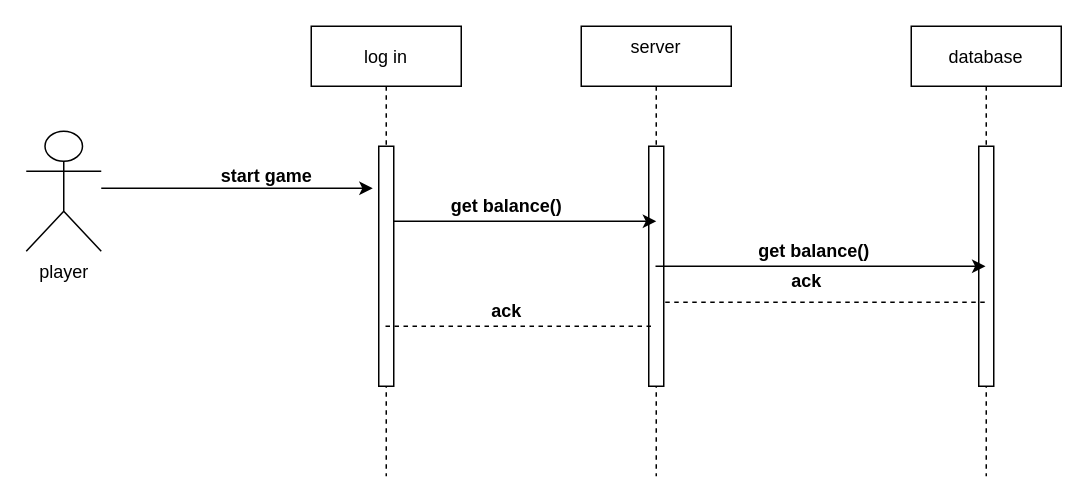
Earlier version of the draw.io diagram Untitled Diagram.drawio (Marshood/BlackJack). Source tidied: cells renumbered, new cells numbered last; positions are measured from the earlier drawing's top-left corner, leaving out a move shared by most shapes. Both pictures are drawn from the tidied source at 150%, with x=0, y=0 at pixel (26, 26).
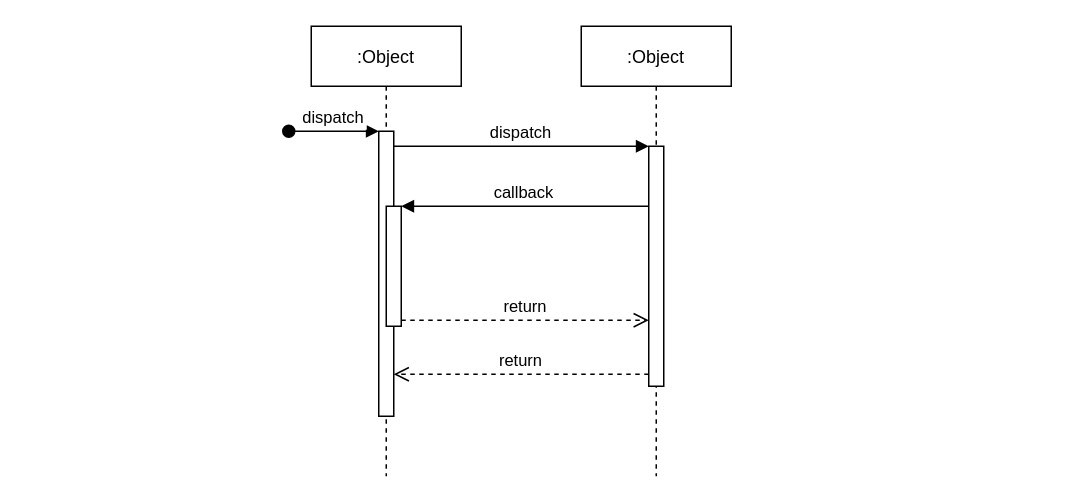
After the change.

The change refers to these unchanged cells:
```xml
<mxCell id="3" style="points=[];perimeter=orthogonalPerimeter;rounded=0;shadow=0;strokeWidth=1;" parent="2" vertex="1">
  <mxGeometry x="45" y="80" width="10" height="160" as="geometry" />
</mxCell>
```

The edit, as a diff of the source:
```diff
@@
+    <mxCell id="19" value=":Object" style="shape=umlLifeline;perimeter=lifelinePerimeter;rounded=0;shadow=0;strokeWidth=1;" parent="1" vertex="1">
+      <mxGeometry x="190" width="100" height="300" as="geometry" />
+    </mxCell>
+    <mxCell id="20" style="points=[];perimeter=orthogonalPerimeter;rounded=0;shadow=0;strokeWidth=1;" parent="19" vertex="1">
+      <mxGeometry x="45" y="70" width="10" height="190" as="geometry" />
+    </mxCell>
+    <mxCell id="21" value="dispatch" style="verticalAlign=bottom;startArrow=oval;endArrow=block;startSize=8;shadow=0;strokeWidth=1;" parent="19" edge="1" target="20">
+      <mxGeometry relative="1" as="geometry">
+        <mxPoint x="-15" y="70" as="sourcePoint" />
+      </mxGeometry>
+    </mxCell>
+    <mxCell id="22" style="points=[];perimeter=orthogonalPerimeter;rounded=0;shadow=0;strokeWidth=1;" parent="19" vertex="1">
+      <mxGeometry x="50" y="120" width="10" height="80" as="geometry" />
+    </mxCell>
-    <mxCell id="2" value="server&#10;" style="shape=umlLifeline;perimeter=lifelinePerimeter;rounded=0;shadow=0;strokeWidth=1;" parent="1" vertex="1">
+    <mxCell id="2" value=":Object" style="shape=umlLifeline;perimeter=lifelinePerimeter;rounded=0;shadow=0;strokeWidth=1;" parent="1" vertex="1">
       <mxGeometry x="370" width="100" height="300" as="geometry" />
     </mxCell>
@@
-    <mxCell id="4" style="endArrow=classic;html=1;" parent="2" edge="1" source="14">
-      <mxGeometry relative="1" as="geometry">
-        <mxPoint x="50" y="130" as="targetPoint" />
-      </mxGeometry>
-    </mxCell>
-    <mxCell id="5" value="database" style="shape=umlLifeline;perimeter=lifelinePerimeter;rounded=0;shadow=0;strokeWidth=1;" parent="1" vertex="1">
-      <mxGeometry x="590" width="100" height="300" as="geometry" />
-    </mxCell>
-    <mxCell id="6" style="perimeter=orthogonalPerimeter;rounded=0;shadow=0;strokeWidth=1;" parent="5" vertex="1">
-      <mxGeometry x="45" y="80" width="10" height="160" as="geometry" />
-    </mxCell>
-    <mxCell id="7" value="player" style="shape=umlActor;verticalLabelPosition=bottom;verticalAlign=top;html=1;" parent="1" vertex="1">
-      <mxGeometry y="70" width="50" height="80" as="geometry" />
-    </mxCell>
-    <mxCell id="8" style="endArrow=classic;html=1;entryX=-0.4;entryY=0.175;entryDx=0;entryDy=0;entryPerimeter=0;" parent="1" edge="1" target="15">
-      <mxGeometry relative="1" as="geometry">
-        <mxPoint x="50" y="108" as="sourcePoint" />
-      </mxGeometry>
-    </mxCell>
-    <mxCell id="9" style="endArrow=classic;html=1;" parent="1" edge="1" source="2" target="5">
-      <mxGeometry relative="1" as="geometry">
-        <Array as="points">
-          <mxPoint x="530" y="160" />
-        </Array>
-      </mxGeometry>
-    </mxCell>
-    <mxCell id="10" value="&lt;b&gt;start game&lt;/b&gt;" style="text;html=1;align=center;verticalAlign=middle;" parent="1" vertex="1">
-      <mxGeometry x="120" y="90" width="80" height="20" as="geometry" />
-    </mxCell>
-    <mxCell id="11" style="endArrow=none;dashed=1;html=1;exitX=1.1;exitY=0.65;exitDx=0;exitDy=0;exitPerimeter=0;" parent="1" edge="1" source="3" target="5">
-      <mxGeometry relative="1" as="geometry" />
-    </mxCell>
-    <mxCell id="12" value="&lt;b&gt;ack&lt;/b&gt;" style="text;html=1;align=center;verticalAlign=middle;" parent="1" vertex="1">
-      <mxGeometry x="500" y="160" width="40" height="20" as="geometry" />
-    </mxCell>
-    <mxCell id="13" value="&lt;b&gt;get balance()&lt;/b&gt;" style="text;html=1;align=center;verticalAlign=middle;" parent="1" vertex="1">
-      <mxGeometry x="480" y="140" width="90" height="20" as="geometry" />
-    </mxCell>
-    <mxCell id="14" value="log in" style="shape=umlLifeline;perimeter=lifelinePerimeter;rounded=0;shadow=0;strokeWidth=1;" parent="1" vertex="1">
-      <mxGeometry x="190" width="100" height="300" as="geometry" />
-    </mxCell>
-    <mxCell id="15" style="points=[];perimeter=orthogonalPerimeter;rounded=0;shadow=0;strokeWidth=1;" parent="14" vertex="1">
-      <mxGeometry x="45" y="80" width="10" height="160" as="geometry" />
-    </mxCell>
-    <mxCell id="16" value="&lt;b&gt;get balance()&lt;/b&gt;" style="text;html=1;align=center;verticalAlign=middle;" parent="1" vertex="1">
-      <mxGeometry x="275" y="110" width="90" height="20" as="geometry" />
-    </mxCell>
-    <mxCell id="17" style="endArrow=none;dashed=1;html=1;" parent="1" edge="1" source="14" target="2">
-      <mxGeometry relative="1" as="geometry">
-        <Array as="points">
-          <mxPoint x="330" y="200" />
-        </Array>
-      </mxGeometry>
-    </mxCell>
-    <mxCell id="18" value="&lt;b&gt;ack&lt;/b&gt;" style="text;html=1;align=center;verticalAlign=middle;" parent="1" vertex="1">
-      <mxGeometry x="300" y="180" width="40" height="20" as="geometry" />
-    </mxCell>
+    <mxCell id="23" value="return" style="verticalAlign=bottom;endArrow=open;dashed=1;endSize=8;exitX=0;exitY=0.95;shadow=0;strokeWidth=1;" parent="1" edge="1" source="3" target="20">
+      <mxGeometry relative="1" as="geometry" />
+    </mxCell>
+    <mxCell id="24" value="dispatch" style="verticalAlign=bottom;endArrow=block;entryX=0;entryY=0;shadow=0;strokeWidth=1;" parent="1" edge="1" source="20" target="3">
+      <mxGeometry relative="1" as="geometry" />
+    </mxCell>
+    <mxCell id="25" value="callback" style="verticalAlign=bottom;endArrow=block;entryX=1;entryY=0;shadow=0;strokeWidth=1;" parent="1" edge="1" source="3" target="22">
+      <mxGeometry relative="1" as="geometry" />
+    </mxCell>
+    <mxCell id="26" value="return" style="verticalAlign=bottom;endArrow=open;dashed=1;endSize=8;exitX=1;exitY=0.95;shadow=0;strokeWidth=1;" parent="1" edge="1" source="22" target="3">
+      <mxGeometry relative="1" as="geometry" />
+    </mxCell>
```
